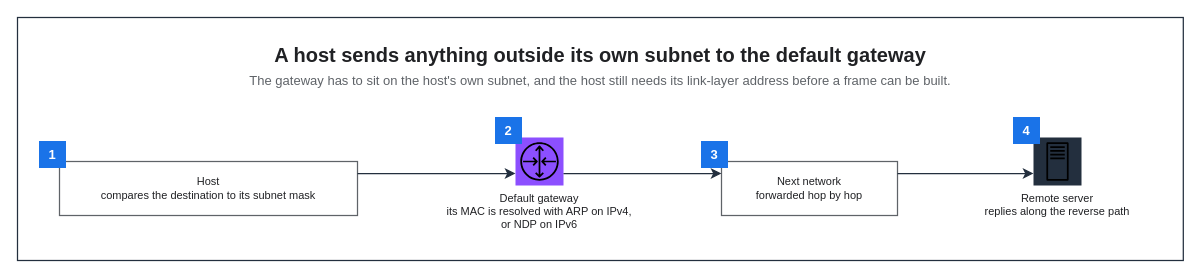
KKamJi98/kkamji98.github.io keeps this draw.io diagram as assets/img/network/default-gateway-forwarding.drawio. Above is the earlier version. Source tidied: cells renumbered, new cells numbered last; positions are measured from the earlier drawing's top-left corner, leaving out a move shared by most shapes. Both pictures are drawn from the tidied source at 100%, with x=0, y=0 at pixel (17, 17).
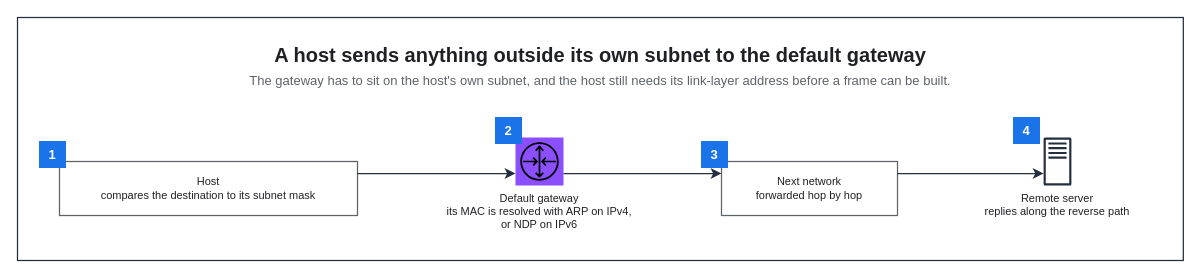
Above is the later version.

The edit, as a diff of the source:
```diff
@@
 <mxGraphModel background="#FFFFFF">
   <root>
     <mxCell id="0" />
     <mxCell id="1" parent="0" />
     <mxCell id="2" style="rounded=0;html=0;fillColor=none;strokeColor=#232F3E;fontColor=#202124;strokeWidth=1.25;" parent="1" vertex="1">
       <mxGeometry width="1165.8" height="243" as="geometry" />
     </mxCell>
     <mxCell id="3" value="A host sends anything outside its own subnet to the default gateway" style="text;html=0;whiteSpace=wrap;fillColor=none;strokeColor=none;fontColor=#202124;fontSize=20;fontStyle=1;align=center;verticalAlign=middle;" parent="1" vertex="1">
       <mxGeometry x="22" y="22" width="1121.8" height="30" as="geometry" />
     </mxCell>
     <mxCell id="4" value="The gateway has to sit on the host's own subnet, and the host still needs its link-layer address before a frame can be built." style="text;html=0;whiteSpace=wrap;fillColor=none;strokeColor=none;fontColor=#5F6368;fontSize=13;fontStyle=0;align=center;verticalAlign=middle;" parent="1" vertex="1">
       <mxGeometry x="22" y="52" width="1121.8" height="22" as="geometry" />
     </mxCell>
     <mxCell id="5" value="Host&#10;compares the destination to its subnet mask" style="rounded=0;whiteSpace=wrap;html=0;fillColor=#FFFFFF;strokeColor=#5F6368;fontColor=#202124;fontSize=11;fontStyle=0;align=center;verticalAlign=middle;spacingLeft=6;spacingRight=6;strokeWidth=1.25;" parent="1" vertex="1">
       <mxGeometry x="42" y="144" width="298" height="54" as="geometry" />
     </mxCell>
     <mxCell id="6" value="Default gateway&#10;its MAC is resolved with ARP on IPv4,&#10;or NDP on IPv6" style="sketch=0;outlineConnect=0;gradientColor=none;html=0;whiteSpace=nowrap;fontSize=11;fontStyle=0;fontColor=#202124;verticalLabelPosition=bottom;verticalAlign=top;align=center;labelBackgroundColor=none;fillColor=#8C4FFF;strokeColor=none;dashed=0;shape=mxgraph.aws4.resourceIcon;resIcon=mxgraph.aws4.router;" parent="1" vertex="1">
       <mxGeometry x="498" y="120" width="48" height="48" as="geometry" />
     </mxCell>
     <mxCell id="7" value="Next network&#10;forwarded hop by hop" style="rounded=0;whiteSpace=wrap;html=0;fillColor=#FFFFFF;strokeColor=#5F6368;fontColor=#202124;fontSize=11;fontStyle=0;align=center;verticalAlign=middle;spacingLeft=6;spacingRight=6;strokeWidth=1.25;" parent="1" vertex="1">
       <mxGeometry x="704" y="144" width="176" height="54" as="geometry" />
     </mxCell>
-    <mxCell id="8" value="Remote server&#10;replies along the reverse path" style="sketch=0;outlineConnect=0;gradientColor=none;html=0;whiteSpace=nowrap;fontSize=11;fontStyle=0;fontColor=#202124;verticalLabelPosition=bottom;verticalAlign=top;align=center;labelBackgroundColor=none;fillColor=#232F3E;strokeColor=none;dashed=0;shape=mxgraph.aws4.resourceIcon;resIcon=mxgraph.aws4.traditional_server;" parent="1" vertex="1">
+    <mxCell id="8" value="Remote server&#10;replies along the reverse path" style="sketch=0;outlineConnect=0;gradientColor=none;html=0;whiteSpace=nowrap;fontSize=11;fontStyle=0;fontColor=#202124;verticalLabelPosition=bottom;verticalAlign=top;align=center;labelBackgroundColor=none;fillColor=#232F3E;strokeColor=none;dashed=0;shape=mxgraph.aws4.traditional_server;" parent="1" vertex="1">
       <mxGeometry x="1016" y="120" width="48" height="48" as="geometry" />
     </mxCell>
     <mxCell id="9" value="1" style="rounded=0;whiteSpace=wrap;html=0;fillColor=#1A73E8;strokeColor=#1A73E8;fontColor=#FFFFFF;fontSize=13;fontStyle=1;align=center;verticalAlign=middle;" parent="1" vertex="1">
       <mxGeometry x="22" y="124" width="26" height="26" as="geometry" />
     </mxCell>
     <mxCell id="10" value="2" style="rounded=0;whiteSpace=wrap;html=0;fillColor=#1A73E8;strokeColor=#1A73E8;fontColor=#FFFFFF;fontSize=13;fontStyle=1;align=center;verticalAlign=middle;" parent="1" vertex="1">
       <mxGeometry x="478" y="100" width="26" height="26" as="geometry" />
     </mxCell>
     <mxCell id="11" value="3" style="rounded=0;whiteSpace=wrap;html=0;fillColor=#1A73E8;strokeColor=#1A73E8;fontColor=#FFFFFF;fontSize=13;fontStyle=1;align=center;verticalAlign=middle;" parent="1" vertex="1">
       <mxGeometry x="684" y="124" width="26" height="26" as="geometry" />
     </mxCell>
     <mxCell id="12" value="4" style="rounded=0;whiteSpace=wrap;html=0;fillColor=#1A73E8;strokeColor=#1A73E8;fontColor=#FFFFFF;fontSize=13;fontStyle=1;align=center;verticalAlign=middle;" parent="1" vertex="1">
       <mxGeometry x="996" y="100" width="26" height="26" as="geometry" />
     </mxCell>
     <mxCell id="13" style="edgeStyle=orthogonalEdgeStyle;rounded=0;html=0;strokeColor=#232F3E;strokeWidth=1.25;endArrow=classic;endFill=1;endSize=7;fontSize=11;fontColor=#202124;labelBackgroundColor=none;jettySize=14;exitX=1;exitY=0.2222;entryX=0;entryY=0.75;exitDx=0;exitDy=0;entryDx=0;entryDy=0;" parent="1" edge="1" source="5" target="6">
       <mxGeometry relative="1" as="geometry" />
     </mxCell>
     <mxCell id="14" style="edgeStyle=orthogonalEdgeStyle;rounded=0;html=0;strokeColor=#232F3E;strokeWidth=1.25;endArrow=classic;endFill=1;endSize=7;fontSize=11;fontColor=#202124;labelBackgroundColor=none;jettySize=14;exitX=1;exitY=0.75;entryX=0;entryY=0.2222;exitDx=0;exitDy=0;entryDx=0;entryDy=0;" parent="1" edge="1" source="6" target="7">
       <mxGeometry relative="1" as="geometry" />
     </mxCell>
     <mxCell id="15" style="edgeStyle=orthogonalEdgeStyle;rounded=0;html=0;strokeColor=#232F3E;strokeWidth=1.25;endArrow=classic;endFill=1;endSize=7;fontSize=11;fontColor=#202124;labelBackgroundColor=none;jettySize=14;exitX=1;exitY=0.2222;entryX=0;entryY=0.75;exitDx=0;exitDy=0;entryDx=0;entryDy=0;" parent="1" edge="1" source="7" target="8">
       <mxGeometry relative="1" as="geometry" />
     </mxCell>
   </root>
 </mxGraphModel>
```
